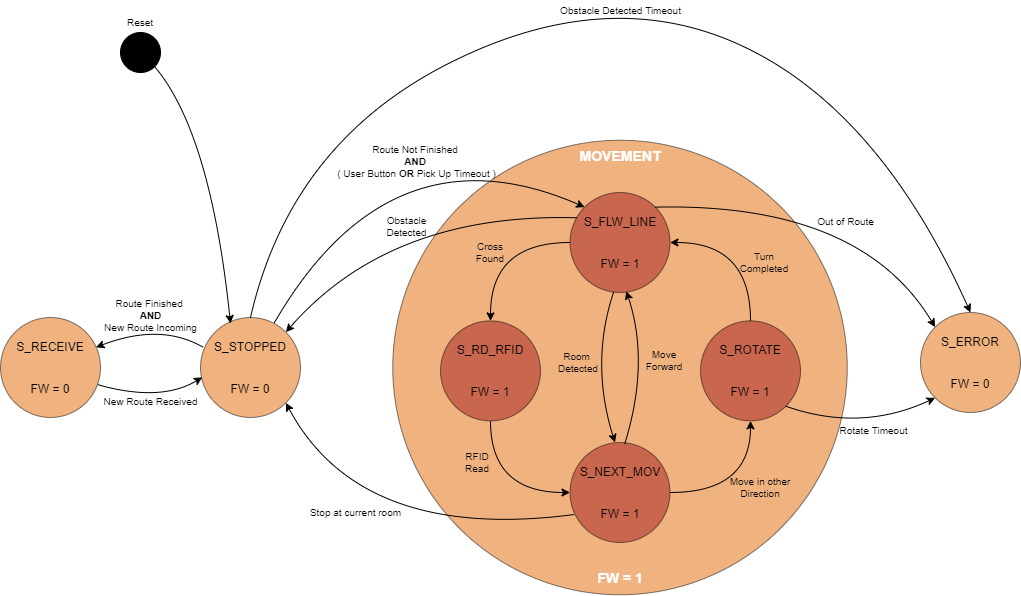
Before: 03Flowcharts/FSMv2.png, a diagram exported from draw.io (LPI-2020/DWR-19). Source tidied: cells renumbered, new cells last; positions are measured from the earlier drawing's top-left corner, leaving out a move shared by most shapes. Its diagram source:
```xml
<mxGraphModel>
  <root>
    <mxCell id="0" />
    <mxCell id="1" parent="0" />
    <mxCell id="2" style="ellipse;whiteSpace=wrap;html=1;opacity=50;fillColor=#E16802;" parent="1" vertex="1">
      <mxGeometry x="392.2" y="157.8" width="454.5" height="454.5" as="geometry" />
    </mxCell>
    <mxCell id="3" value="S_STOPPED&lt;br&gt;&lt;br&gt;&lt;br&gt;FW = 0" style="ellipse;whiteSpace=wrap;html=1;fillColor=#E16802;opacity=50;" parent="1" vertex="1">
      <mxGeometry x="200" y="335" width="100" height="100" as="geometry" />
    </mxCell>
    <mxCell id="4" value="S_ERROR&lt;br&gt;&lt;br&gt;&lt;br&gt;FW = 0" style="ellipse;whiteSpace=wrap;html=1;fillColor=#E16802;opacity=50;" parent="1" vertex="1">
      <mxGeometry x="920" y="330" width="100" height="100" as="geometry" />
    </mxCell>
    <mxCell id="5" value="S_RECEIVE&lt;br&gt;&lt;br&gt;&lt;br&gt;FW = 0" style="ellipse;whiteSpace=wrap;html=1;opacity=50;fillColor=#E16802;" parent="1" vertex="1">
      <mxGeometry y="335" width="100" height="100" as="geometry" />
    </mxCell>
    <mxCell id="6" value="&lt;font color=&quot;#ffffff&quot; size=&quot;1&quot;&gt;&lt;b style=&quot;font-size: 14px&quot;&gt;MOVEMENT&lt;/b&gt;&lt;/font&gt;" style="text;html=1;strokeColor=none;fillColor=none;align=center;verticalAlign=middle;whiteSpace=wrap;rounded=0;" parent="1" vertex="1">
      <mxGeometry x="564.5" y="157.8" width="110" height="30" as="geometry" />
    </mxCell>
    <mxCell id="7" value="Route Finished &lt;br style=&quot;font-size: 10px;&quot;&gt;&lt;b style=&quot;font-size: 10px;&quot;&gt;AND&lt;/b&gt;&lt;br style=&quot;font-size: 10px;&quot;&gt;New Route Incoming" style="text;html=1;align=center;verticalAlign=middle;fontSize=10;" parent="1" vertex="1">
      <mxGeometry x="95" y="313" width="110" height="40" as="geometry" />
    </mxCell>
    <mxCell id="8" value="Route Not Finished &lt;br&gt;&lt;b style=&quot;font-size: 10px&quot;&gt;AND&lt;/b&gt;&amp;nbsp;&lt;br style=&quot;font-size: 10px&quot;&gt;( User Button&amp;nbsp;&lt;b style=&quot;font-size: 10px&quot;&gt;OR&amp;nbsp;&lt;/b&gt;Pick Up Timeout )" style="text;html=1;align=center;verticalAlign=middle;fontSize=10;" parent="1" vertex="1">
      <mxGeometry x="330.5" y="158.8" width="170" height="40" as="geometry" />
    </mxCell>
    <mxCell id="9" style="curved=1;endArrow=classic;html=1;entryX=0.955;entryY=0.298;entryDx=0;entryDy=0;entryPerimeter=0;exitX=0.027;exitY=0.298;exitDx=0;exitDy=0;exitPerimeter=0;" parent="1" edge="1" source="3" target="5">
      <mxGeometry relative="1" as="geometry">
        <Array as="points">
          <mxPoint x="160" y="340" />
        </Array>
      </mxGeometry>
    </mxCell>
    <mxCell id="10" style="curved=1;endArrow=classic;html=1;entryX=0.018;entryY=0.598;entryDx=0;entryDy=0;entryPerimeter=0;exitX=0.97;exitY=0.671;exitDx=0;exitDy=0;exitPerimeter=0;" parent="1" edge="1" source="5" target="3">
      <mxGeometry relative="1" as="geometry">
        <Array as="points">
          <mxPoint x="160" y="420" />
        </Array>
      </mxGeometry>
    </mxCell>
    <mxCell id="11" value="New Route Received" style="text;html=1;align=center;verticalAlign=middle;fontSize=10;" parent="1" vertex="1">
      <mxGeometry x="95" y="409" width="110" height="20" as="geometry" />
    </mxCell>
    <mxCell id="12" value="Stop at current room" style="text;html=1;align=center;verticalAlign=middle;fontSize=10;" parent="1" vertex="1">
      <mxGeometry x="300" y="520" width="110" height="20" as="geometry" />
    </mxCell>
    <mxCell id="13" value="&lt;font color=&quot;#ffffff&quot; size=&quot;1&quot;&gt;&lt;b style=&quot;font-size: 14px&quot;&gt;FW = 1&lt;/b&gt;&lt;/font&gt;" style="text;html=1;strokeColor=none;fillColor=none;align=center;verticalAlign=middle;whiteSpace=wrap;rounded=0;" parent="1" vertex="1">
      <mxGeometry x="564.5" y="580" width="110" height="30" as="geometry" />
    </mxCell>
    <mxCell id="14" style="curved=1;endArrow=classic;html=1;entryX=0;entryY=1;entryDx=0;entryDy=0;exitX=1;exitY=1;exitDx=0;exitDy=0;" parent="1" edge="1" source="30" target="4">
      <mxGeometry relative="1" as="geometry">
        <Array as="points">
          <mxPoint x="860" y="450" />
        </Array>
      </mxGeometry>
    </mxCell>
    <mxCell id="15" value="Obstacle Detected Timeout" style="text;html=1;align=center;verticalAlign=middle;fontSize=10;" parent="1" vertex="1">
      <mxGeometry x="549.5" y="18" width="140" height="20" as="geometry" />
    </mxCell>
    <mxCell id="16" value="Out of Route" style="text;html=1;align=center;verticalAlign=middle;fontSize=10;" parent="1" vertex="1">
      <mxGeometry x="810" y="229" width="70" height="20" as="geometry" />
    </mxCell>
    <mxCell id="17" value="Obstacle&lt;br&gt;Detected" style="text;html=1;align=center;verticalAlign=middle;fontSize=10;" parent="1" vertex="1">
      <mxGeometry x="376" y="229" width="60" height="30" as="geometry" />
    </mxCell>
    <mxCell id="18" style="curved=1;endArrow=classic;html=1;exitX=0.5;exitY=0;exitDx=0;exitDy=0;entryX=0.5;entryY=0;entryDx=0;entryDy=0;" parent="1" edge="1" source="3" target="4">
      <mxGeometry relative="1" as="geometry">
        <Array as="points">
          <mxPoint x="290" y="160" />
          <mxPoint x="610" />
          <mxPoint x="880" y="130" />
        </Array>
      </mxGeometry>
    </mxCell>
    <mxCell id="19" style="curved=1;endArrow=classic;html=1;exitX=1;exitY=0;exitDx=0;exitDy=0;entryX=0;entryY=0;entryDx=0;entryDy=0;" parent="1" edge="1" source="26" target="4">
      <mxGeometry relative="1" as="geometry">
        <Array as="points">
          <mxPoint x="860" y="220" />
        </Array>
      </mxGeometry>
    </mxCell>
    <mxCell id="20" value="Rotate Timeout" style="text;html=1;align=center;verticalAlign=middle;fontSize=10;" parent="1" vertex="1">
      <mxGeometry x="833" y="438.4" width="80" height="20" as="geometry" />
    </mxCell>
    <mxCell id="21" value="Turn Completed" style="text;html=1;strokeColor=none;fillColor=none;align=center;verticalAlign=middle;whiteSpace=wrap;rounded=0;fontSize=10;" parent="1" vertex="1">
      <mxGeometry x="741" y="270" width="45.5" height="20" as="geometry" />
    </mxCell>
    <mxCell id="22" value="Room &lt;br style=&quot;font-size: 10px&quot;&gt;Detected" style="text;html=1;strokeColor=none;fillColor=none;align=center;verticalAlign=middle;whiteSpace=wrap;rounded=0;fontSize=10;" parent="1" vertex="1">
      <mxGeometry x="555.5" y="365" width="43.5" height="30" as="geometry" />
    </mxCell>
    <mxCell id="23" value="Move in other Direction" style="text;html=1;strokeColor=none;fillColor=none;align=center;verticalAlign=middle;whiteSpace=wrap;rounded=0;fontSize=10;" parent="1" vertex="1">
      <mxGeometry x="710" y="480" width="100" height="50" as="geometry" />
    </mxCell>
    <mxCell id="24" value="RFID Read" style="text;html=1;strokeColor=none;fillColor=none;align=center;verticalAlign=middle;whiteSpace=wrap;rounded=0;fontSize=10;" parent="1" vertex="1">
      <mxGeometry x="454" y="470" width="45.5" height="20" as="geometry" />
    </mxCell>
    <mxCell id="25" value="Cross Found" style="text;html=1;strokeColor=none;fillColor=none;align=center;verticalAlign=middle;whiteSpace=wrap;rounded=0;fontSize=10;" parent="1" vertex="1">
      <mxGeometry x="470" y="260" width="40" height="20" as="geometry" />
    </mxCell>
    <mxCell id="26" value="S_FLW_LINE&lt;br&gt;&lt;br&gt;&lt;br&gt;FW = 1" style="ellipse;whiteSpace=wrap;html=1;fillColor=#A11A1C;opacity=50;" parent="1" vertex="1">
      <mxGeometry x="569.5" y="210" width="100" height="100" as="geometry" />
    </mxCell>
    <mxCell id="27" value="S_RD_RFID&lt;br&gt;&lt;br&gt;&lt;br&gt;FW = 1" style="ellipse;whiteSpace=wrap;html=1;fillColor=#A11A1C;opacity=50;" parent="1" vertex="1">
      <mxGeometry x="440" y="338.4" width="100" height="100" as="geometry" />
    </mxCell>
    <mxCell id="28" style="edgeStyle=orthogonalEdgeStyle;curved=1;rounded=0;jettySize=auto;html=1;fontSize=10;" parent="1" edge="1" source="26" target="27">
      <mxGeometry x="210" y="240" as="geometry" />
    </mxCell>
    <mxCell id="29" style="edgeStyle=orthogonalEdgeStyle;curved=1;rounded=0;jettySize=auto;html=1;exitX=0.5;exitY=0;exitDx=0;exitDy=0;entryX=1;entryY=0.5;entryDx=0;entryDy=0;fontSize=10;" parent="1" edge="1" source="30" target="26">
      <mxGeometry x="210" y="240" as="geometry" />
    </mxCell>
    <mxCell id="30" value="S_ROTATE&lt;br&gt;&lt;br&gt;&lt;br&gt;FW = 1" style="ellipse;whiteSpace=wrap;html=1;fillColor=#A11A1C;opacity=50;" parent="1" vertex="1">
      <mxGeometry x="700" y="338.4" width="100" height="100" as="geometry" />
    </mxCell>
    <mxCell id="31" style="edgeStyle=orthogonalEdgeStyle;curved=1;rounded=0;jettySize=auto;html=1;exitX=1;exitY=0.5;exitDx=0;exitDy=0;entryX=0.5;entryY=1;entryDx=0;entryDy=0;fontSize=10;" parent="1" edge="1" source="32" target="30">
      <mxGeometry x="210" y="240" as="geometry" />
    </mxCell>
    <mxCell id="32" value="S_NEXT_MOV&lt;br&gt;&lt;br&gt;&lt;br&gt;FW = 1" style="ellipse;whiteSpace=wrap;html=1;fillColor=#A11A1C;opacity=50;" parent="1" vertex="1">
      <mxGeometry x="569.5" y="460" width="100" height="100" as="geometry" />
    </mxCell>
    <mxCell id="33" style="curved=1;endArrow=classic;html=1;exitX=0.437;exitY=0.993;exitDx=0;exitDy=0;exitPerimeter=0;" parent="1" edge="1" source="26">
      <mxGeometry x="210" y="240" as="geometry">
        <mxPoint x="614.5" y="460" as="targetPoint" />
        <Array as="points">
          <mxPoint x="589.5" y="380" />
        </Array>
      </mxGeometry>
    </mxCell>
    <mxCell id="34" style="edgeStyle=orthogonalEdgeStyle;curved=1;rounded=0;jettySize=auto;html=1;fontSize=10;entryX=0;entryY=0.5;entryDx=0;entryDy=0;exitX=0.5;exitY=1;exitDx=0;exitDy=0;" parent="1" edge="1" source="27" target="32">
      <mxGeometry x="210" y="240" as="geometry" />
    </mxCell>
    <mxCell id="35" style="curved=1;endArrow=classic;html=1;entryX=0.563;entryY=0.987;entryDx=0;entryDy=0;entryPerimeter=0;exitX=0.546;exitY=0.019;exitDx=0;exitDy=0;exitPerimeter=0;" parent="1" edge="1" source="32" target="26">
      <mxGeometry x="210" y="240" as="geometry">
        <Array as="points">
          <mxPoint x="649.5" y="380" />
        </Array>
      </mxGeometry>
    </mxCell>
    <mxCell id="36" value="Move Forward" style="text;html=1;strokeColor=none;fillColor=none;align=center;verticalAlign=middle;whiteSpace=wrap;rounded=0;fontSize=10;" parent="1" vertex="1">
      <mxGeometry x="633.5" y="365" width="60" height="25" as="geometry" />
    </mxCell>
    <mxCell id="37" style="curved=1;endArrow=classic;html=1;entryX=1;entryY=1;entryDx=0;entryDy=0;exitX=0.043;exitY=0.72;exitDx=0;exitDy=0;exitPerimeter=0;" parent="1" edge="1" source="32" target="3">
      <mxGeometry relative="1" as="geometry">
        <Array as="points">
          <mxPoint x="360" y="560" />
        </Array>
      </mxGeometry>
    </mxCell>
    <mxCell id="38" style="curved=1;endArrow=classic;html=1;entryX=1;entryY=0;entryDx=0;entryDy=0;exitX=0.068;exitY=0.253;exitDx=0;exitDy=0;exitPerimeter=0;" parent="1" edge="1" source="26" target="3">
      <mxGeometry relative="1" as="geometry">
        <Array as="points">
          <mxPoint x="390" y="230" />
        </Array>
      </mxGeometry>
    </mxCell>
    <mxCell id="39" style="curved=1;endArrow=classic;html=1;exitX=0.74;exitY=0.05;exitDx=0;exitDy=0;entryX=0;entryY=0;entryDx=0;entryDy=0;exitPerimeter=0;" parent="1" edge="1" source="3" target="26">
      <mxGeometry relative="1" as="geometry">
        <Array as="points">
          <mxPoint x="390" y="140" />
        </Array>
      </mxGeometry>
    </mxCell>
    <mxCell id="40" style="ellipse;whiteSpace=wrap;html=1;fillColor=#000000;" parent="1" vertex="1">
      <mxGeometry x="120" y="50" width="40" height="40" as="geometry" />
    </mxCell>
    <mxCell id="41" style="curved=1;endArrow=classic;html=1;exitX=1;exitY=1;exitDx=0;exitDy=0;" parent="1" edge="1" source="40">
      <mxGeometry relative="1" as="geometry">
        <mxPoint x="230" y="341" as="targetPoint" />
        <Array as="points">
          <mxPoint x="210" y="150" />
        </Array>
      </mxGeometry>
    </mxCell>
    <mxCell id="42" value="Reset" style="text;html=1;strokeColor=none;fillColor=none;align=center;verticalAlign=middle;whiteSpace=wrap;rounded=0;fontSize=10;" parent="1" vertex="1">
      <mxGeometry x="120" y="30" width="40" height="20" as="geometry" />
    </mxCell>
  </root>
</mxGraphModel>
```
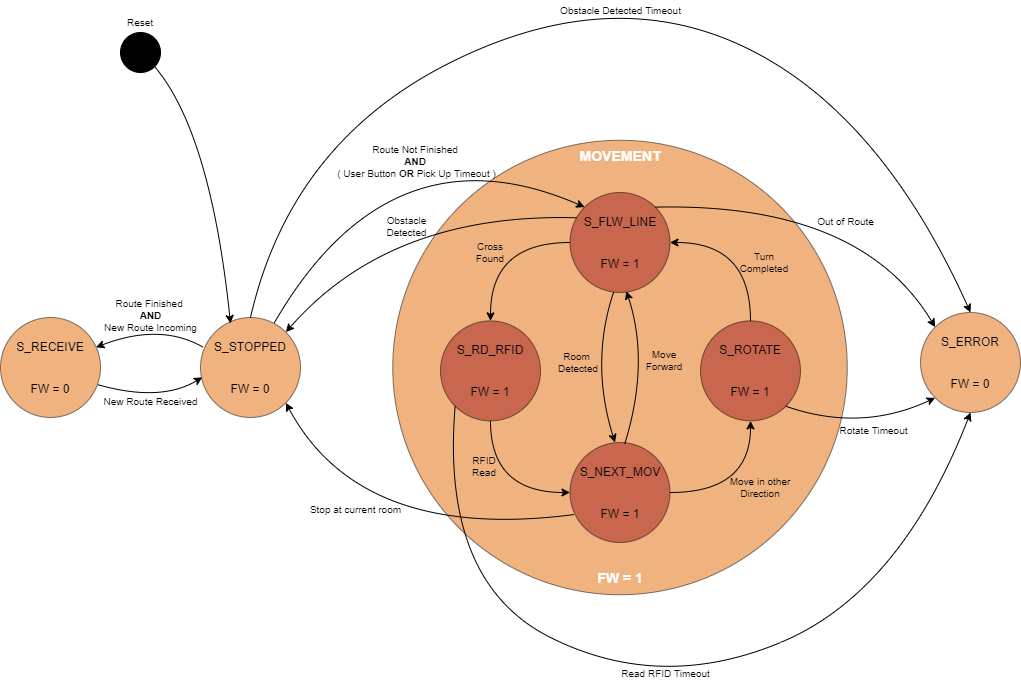
The same file after the commit.

Diff of the diagram source:
```diff
@@ -41,7 +41,7 @@
       <mxGeometry x="95" y="409" width="110" height="20" as="geometry" />
     </mxCell>
     <mxCell id="12" value="Stop at current room" style="text;html=1;align=center;verticalAlign=middle;fontSize=10;" parent="1" vertex="1">
-      <mxGeometry x="300" y="520" width="110" height="20" as="geometry" />
+      <mxGeometry x="300" y="517" width="110" height="20" as="geometry" />
     </mxCell>
     <mxCell id="13" value="&lt;font color=&quot;#ffffff&quot; size=&quot;1&quot;&gt;&lt;b style=&quot;font-size: 14px&quot;&gt;FW = 1&lt;/b&gt;&lt;/font&gt;" style="text;html=1;strokeColor=none;fillColor=none;align=center;verticalAlign=middle;whiteSpace=wrap;rounded=0;" parent="1" vertex="1">
       <mxGeometry x="564.5" y="580" width="110" height="30" as="geometry" />
@@ -91,7 +91,7 @@
       <mxGeometry x="710" y="480" width="100" height="50" as="geometry" />
     </mxCell>
     <mxCell id="24" value="RFID Read" style="text;html=1;strokeColor=none;fillColor=none;align=center;verticalAlign=middle;whiteSpace=wrap;rounded=0;fontSize=10;" parent="1" vertex="1">
-      <mxGeometry x="454" y="470" width="45.5" height="20" as="geometry" />
+      <mxGeometry x="461" y="474" width="45.5" height="20" as="geometry" />
     </mxCell>
     <mxCell id="25" value="Cross Found" style="text;html=1;strokeColor=none;fillColor=none;align=center;verticalAlign=middle;whiteSpace=wrap;rounded=0;fontSize=10;" parent="1" vertex="1">
       <mxGeometry x="470" y="260" width="40" height="20" as="geometry" />
@@ -173,5 +173,17 @@
     <mxCell id="42" value="Reset" style="text;html=1;strokeColor=none;fillColor=none;align=center;verticalAlign=middle;whiteSpace=wrap;rounded=0;fontSize=10;" parent="1" vertex="1">
       <mxGeometry x="120" y="30" width="40" height="20" as="geometry" />
     </mxCell>
+    <mxCell id="43" style="curved=1;endArrow=classic;html=1;entryX=0.5;entryY=1;entryDx=0;entryDy=0;exitX=0;exitY=1;exitDx=0;exitDy=0;" parent="1" edge="1" source="27" target="4">
+      <mxGeometry relative="1" as="geometry">
+        <Array as="points">
+          <mxPoint x="440" y="600" />
+          <mxPoint x="660" y="710" />
+          <mxPoint x="900" y="610" />
+        </Array>
+      </mxGeometry>
+    </mxCell>
+    <mxCell id="44" value="Read RFID Timeout" style="text;html=1;align=center;verticalAlign=middle;fontSize=10;" parent="1" vertex="1">
+      <mxGeometry x="614.5" y="681" width="100" height="20" as="geometry" />
+    </mxCell>
   </root>
 </mxGraphModel>
```
